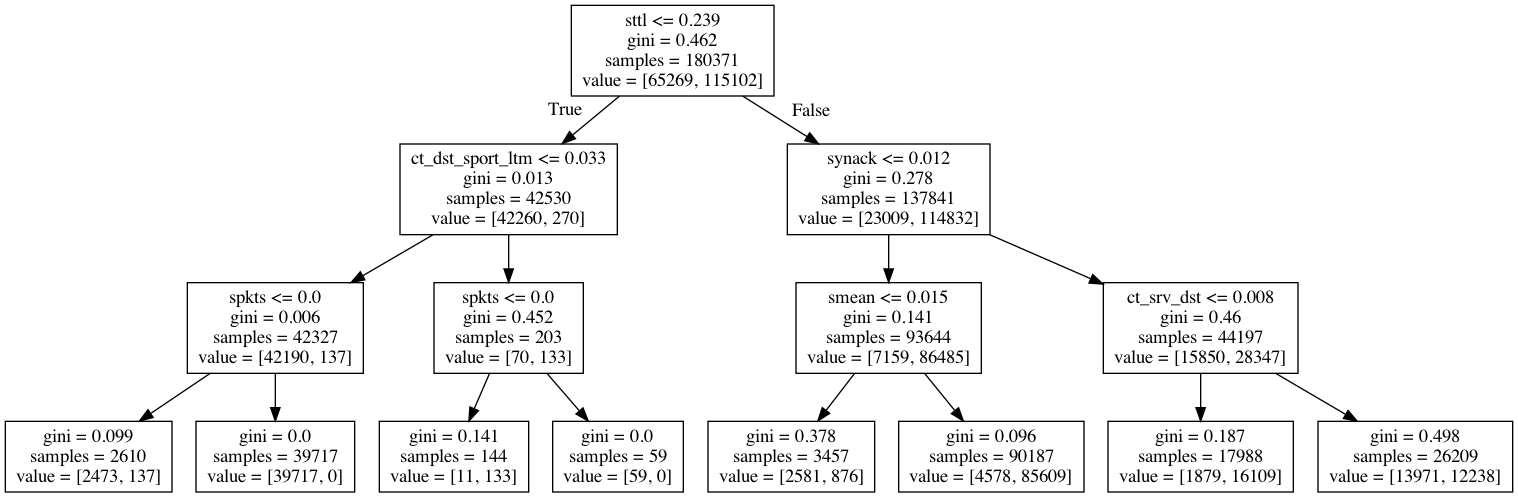
The Graphviz diagram 5.ML_Models/baseline/images/decisionTree.png in divyaKh/CMPE255Project, before a commit. Its source is kept beside it as 5.ML_Models/baseline/images/decisionTree.dot.
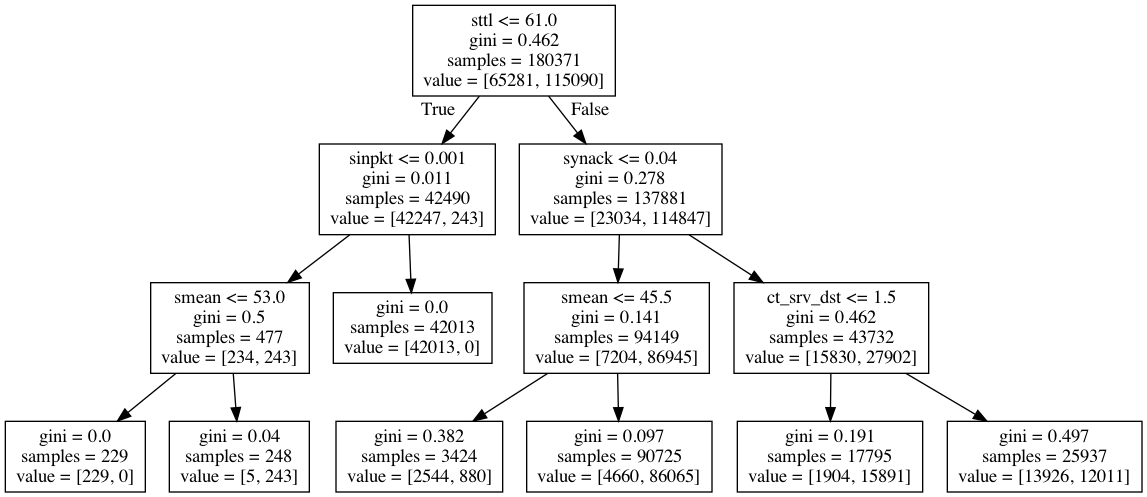
After the change.

What changed in the source:
```diff
@@ -1,32 +1,28 @@
 digraph Tree {
 node [shape=box] ;
-0 [label="sttl <= 0.239\ngini = 0.462\nsamples = 180371\nvalue = [65269, 115102]"] ;
-1 [label="ct_dst_sport_ltm <= 0.033\ngini = 0.013\nsamples = 42530\nvalue = [42260, 270]"] ;
+0 [label="sttl <= 61.0\ngini = 0.462\nsamples = 180371\nvalue = [65281, 115090]"] ;
+1 [label="sinpkt <= 0.001\ngini = 0.011\nsamples = 42490\nvalue = [42247, 243]"] ;
 0 -> 1 [labeldistance=2.5, labelangle=45, headlabel="True"] ;
-2 [label="spkts <= 0.0\ngini = 0.006\nsamples = 42327\nvalue = [42190, 137]"] ;
+2 [label="smean <= 53.0\ngini = 0.5\nsamples = 477\nvalue = [234, 243]"] ;
 1 -> 2 ;
-3 [label="gini = 0.099\nsamples = 2610\nvalue = [2473, 137]"] ;
+3 [label="gini = 0.0\nsamples = 229\nvalue = [229, 0]"] ;
 2 -> 3 ;
-4 [label="gini = 0.0\nsamples = 39717\nvalue = [39717, 0]"] ;
+4 [label="gini = 0.04\nsamples = 248\nvalue = [5, 243]"] ;
 2 -> 4 ;
-5 [label="spkts <= 0.0\ngini = 0.452\nsamples = 203\nvalue = [70, 133]"] ;
+5 [label="gini = 0.0\nsamples = 42013\nvalue = [42013, 0]"] ;
 1 -> 5 ;
-6 [label="gini = 0.141\nsamples = 144\nvalue = [11, 133]"] ;
-5 -> 6 ;
-7 [label="gini = 0.0\nsamples = 59\nvalue = [59, 0]"] ;
-5 -> 7 ;
-8 [label="synack <= 0.012\ngini = 0.278\nsamples = 137841\nvalue = [23009, 114832]"] ;
-0 -> 8 [labeldistance=2.5, labelangle=-45, headlabel="False"] ;
-9 [label="smean <= 0.015\ngini = 0.141\nsamples = 93644\nvalue = [7159, 86485]"] ;
-8 -> 9 ;
-10 [label="gini = 0.378\nsamples = 3457\nvalue = [2581, 876]"] ;
-9 -> 10 ;
-11 [label="gini = 0.096\nsamples = 90187\nvalue = [4578, 85609]"] ;
-9 -> 11 ;
-12 [label="ct_srv_dst <= 0.008\ngini = 0.46\nsamples = 44197\nvalue = [15850, 28347]"] ;
-8 -> 12 ;
-13 [label="gini = 0.187\nsamples = 17988\nvalue = [1879, 16109]"] ;
-12 -> 13 ;
-14 [label="gini = 0.498\nsamples = 26209\nvalue = [13971, 12238]"] ;
-12 -> 14 ;
+6 [label="synack <= 0.04\ngini = 0.278\nsamples = 137881\nvalue = [23034, 114847]"] ;
+0 -> 6 [labeldistance=2.5, labelangle=-45, headlabel="False"] ;
+7 [label="smean <= 45.5\ngini = 0.141\nsamples = 94149\nvalue = [7204, 86945]"] ;
+6 -> 7 ;
+8 [label="gini = 0.382\nsamples = 3424\nvalue = [2544, 880]"] ;
+7 -> 8 ;
+9 [label="gini = 0.097\nsamples = 90725\nvalue = [4660, 86065]"] ;
+7 -> 9 ;
+10 [label="ct_srv_dst <= 1.5\ngini = 0.462\nsamples = 43732\nvalue = [15830, 27902]"] ;
+6 -> 10 ;
+11 [label="gini = 0.191\nsamples = 17795\nvalue = [1904, 15891]"] ;
+10 -> 11 ;
+12 [label="gini = 0.497\nsamples = 25937\nvalue = [13926, 12011]"] ;
+10 -> 12 ;
 }
```
